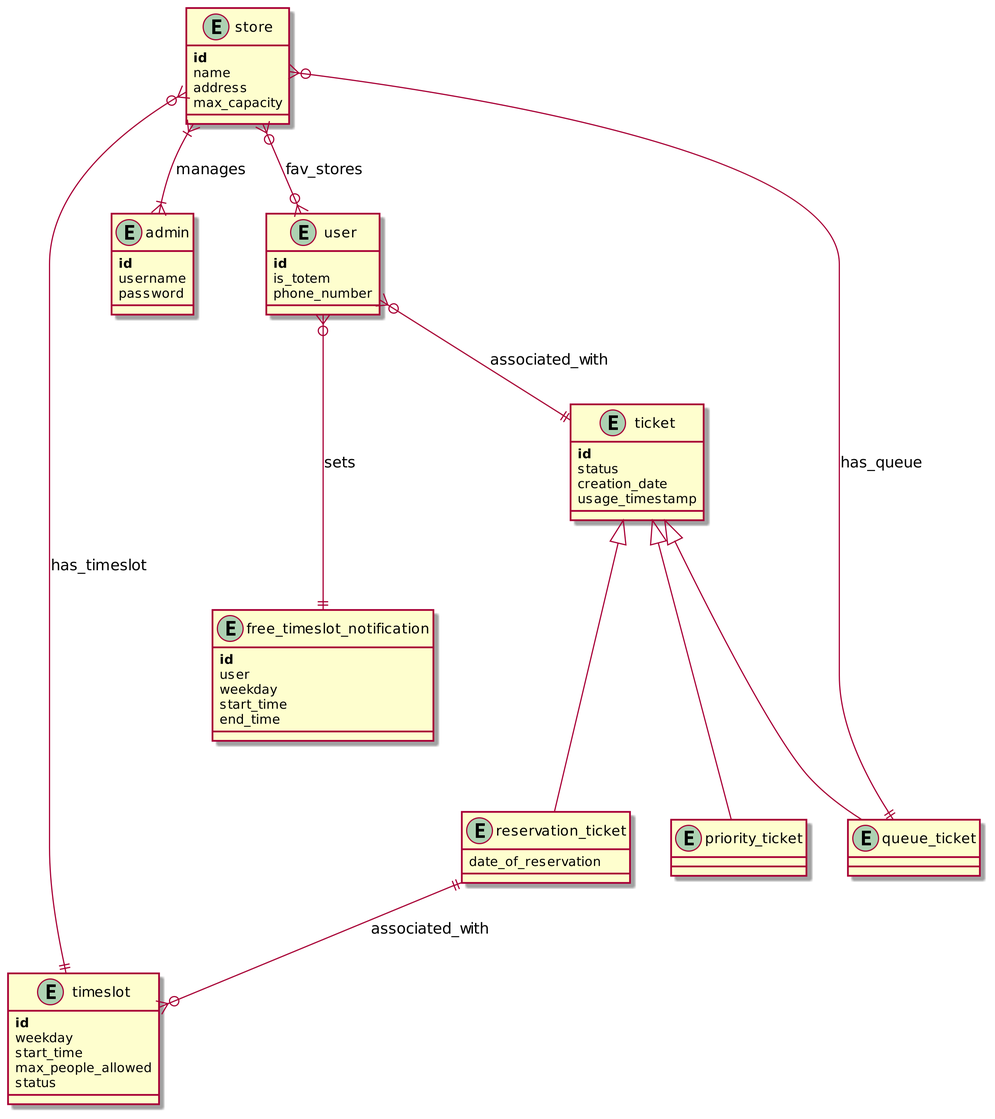
This is DD/uml/db_structure.png from andreafra/Software-Engineering-2-Project-2021, a PlantUML export, as it was before one commit.
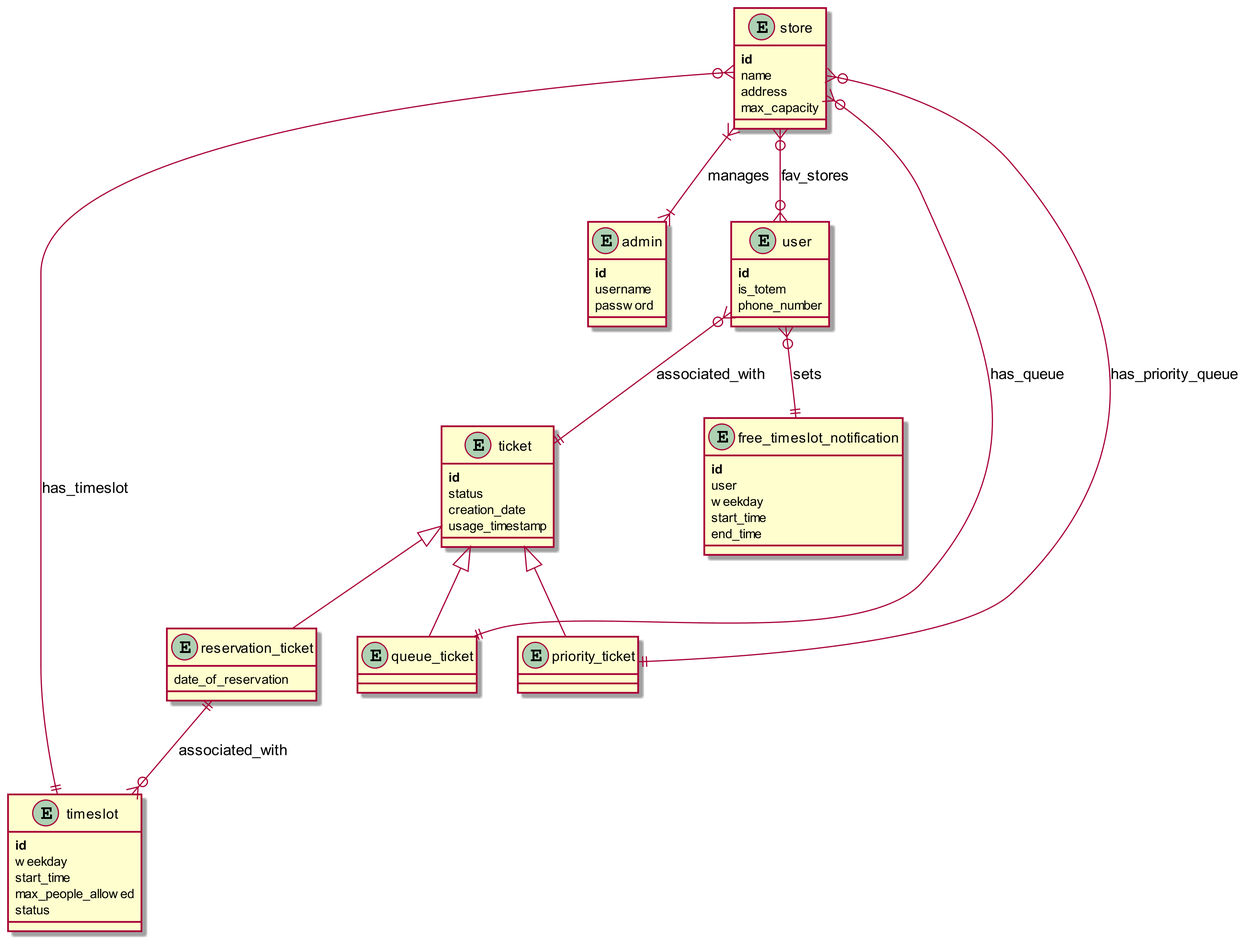
Above is the later version.

The edit, as a diff of the source:
```diff
@@ -1,4 +1,5 @@
-@startuml
+@startuml db_structure
+
 skinparam {
    dpi 300
 }
@@ -64,12 +65,13 @@
 
 store }|--|{ admin : manages
 store }o--|| queue_ticket : has_queue
+store }o--|| priority_ticket : has_priority_queue
 store }o--|| timeslot : has_timeslot
 store }o--o{ user : fav_stores
 
 
+user }o--|| free_timeslot_notification : sets
 user }o--|| ticket : associated_with
-user }o--|| free_timeslot_notification : sets
 
 ticket <|-- queue_ticket
 ticket <|-- reservation_ticket
@@ -78,4 +80,7 @@
 reservation_ticket ||--o{ timeslot : associated_with
 
 
+
+
+
 @enduml
```
